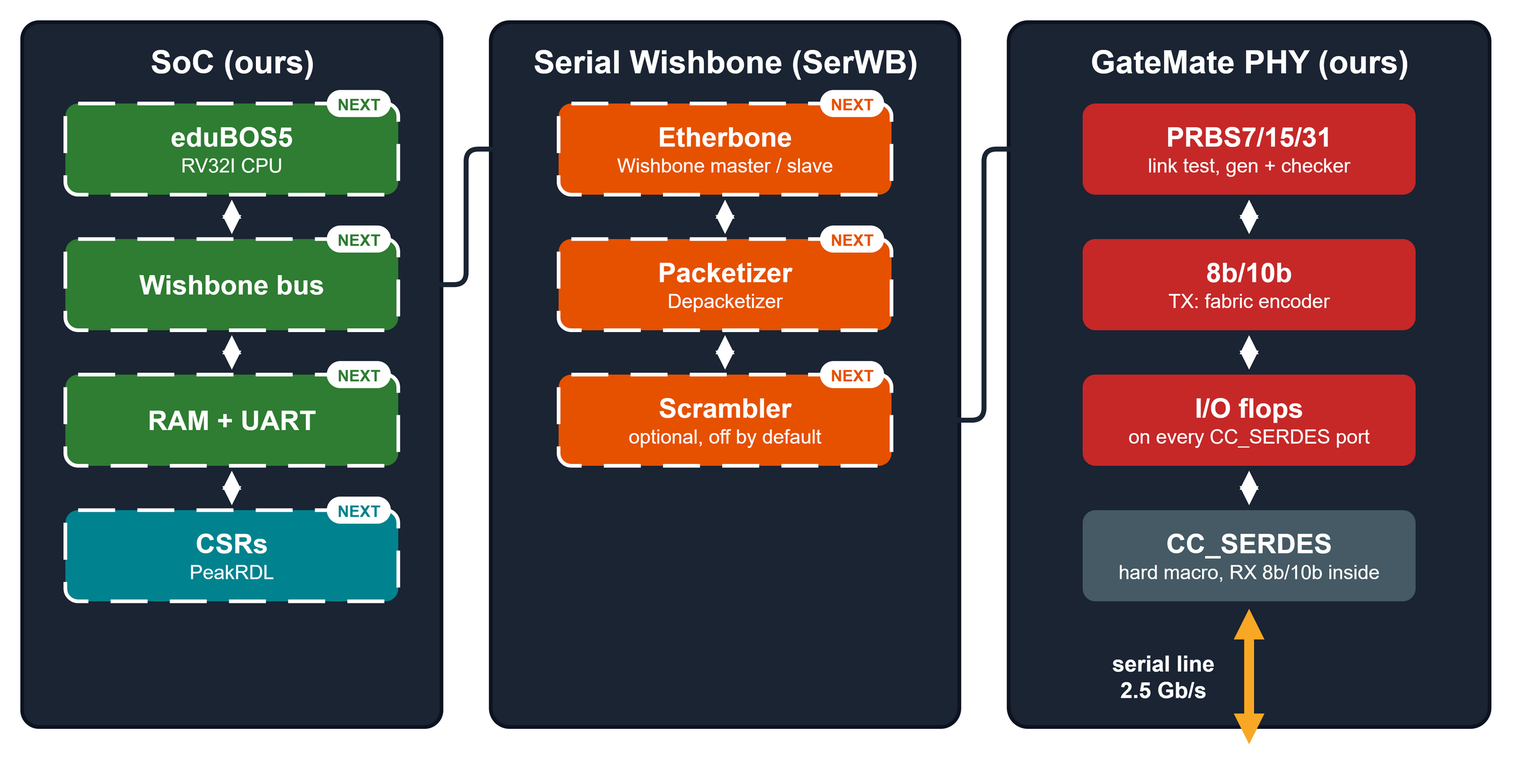
Above: 7.SerDes/0.doc/iclink-internals.drawio.png in chili-chips-ba/openCologne (draw.io), before the change. Source tidied: cells renumbered, new cells last; positions are measured from the earlier drawing's top-left corner, leaving out a move shared by most shapes.
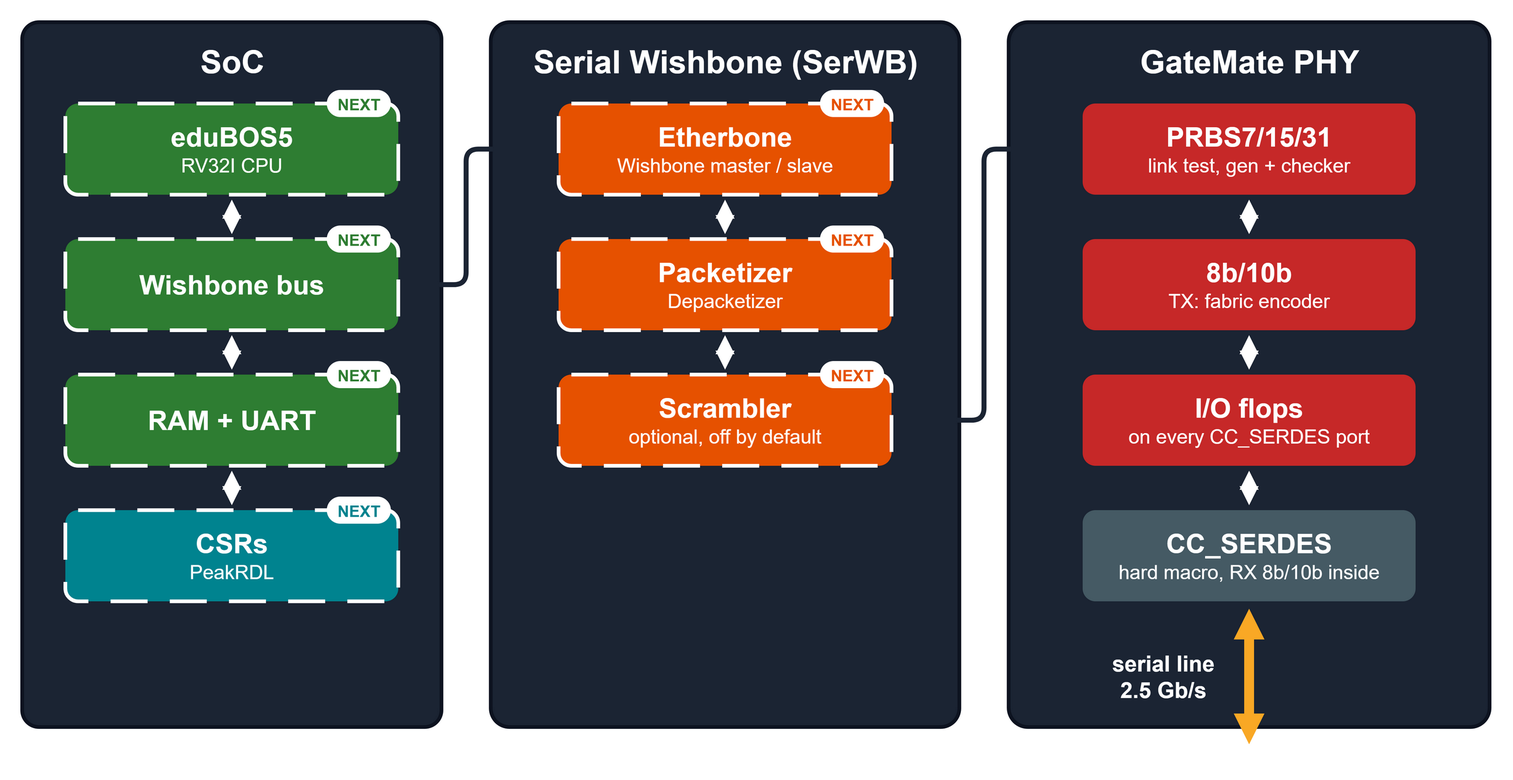
After the commit.

Commit message:
docs, diagrams: drop "ours"

Diff of the diagram source:
```diff
@@ -5,7 +5,7 @@
     <mxCell id="2" style="rounded=1;arcSize=4;fillColor=#1b2433;strokeColor=#0d1320;strokeWidth=3;" parent="1" vertex="1">
       <mxGeometry width="340" height="572" as="geometry" />
     </mxCell>
-    <mxCell id="3" value="SoC (ours)" style="text;html=1;align=center;verticalAlign=middle;fontSize=26;fontStyle=1;fontColor=#ffffff;fontFamily=Helvetica;" parent="1" vertex="1">
+    <mxCell id="3" value="SoC" style="text;html=1;align=center;verticalAlign=middle;fontSize=26;fontStyle=1;fontColor=#ffffff;fontFamily=Helvetica;" parent="1" vertex="1">
       <mxGeometry y="14" width="340" height="36" as="geometry" />
     </mxCell>
     <mxCell id="4" style="rounded=1;arcSize=4;fillColor=#1b2433;strokeColor=#0d1320;strokeWidth=3;" parent="1" vertex="1">
@@ -17,7 +17,7 @@
     <mxCell id="6" style="rounded=1;arcSize=4;fillColor=#1b2433;strokeColor=#0d1320;strokeWidth=3;" parent="1" vertex="1">
       <mxGeometry x="800" width="390" height="572" as="geometry" />
     </mxCell>
-    <mxCell id="7" value="GateMate PHY (ours)" style="text;html=1;align=center;verticalAlign=middle;fontSize=26;fontStyle=1;fontColor=#ffffff;fontFamily=Helvetica;" parent="1" vertex="1">
+    <mxCell id="7" value="GateMate PHY" style="text;html=1;align=center;verticalAlign=middle;fontSize=26;fontStyle=1;fontColor=#ffffff;fontFamily=Helvetica;" parent="1" vertex="1">
       <mxGeometry x="800" y="14" width="390" height="36" as="geometry" />
     </mxCell>
     <mxCell id="8" value="&lt;b style='font-size:22px'&gt;eduBOS5&lt;/b&gt;&lt;br&gt;&lt;span style='font-size:16px'&gt;RV32I CPU&lt;/span&gt;" style="rounded=1;arcSize=14;fillColor=#2e7d32;strokeColor=#ffffff;strokeWidth=3;dashed=1;dashPattern=10 6;fontColor=#ffffff;html=1;whiteSpace=wrap;fontFamily=Helvetica;" parent="1" vertex="1">
```
